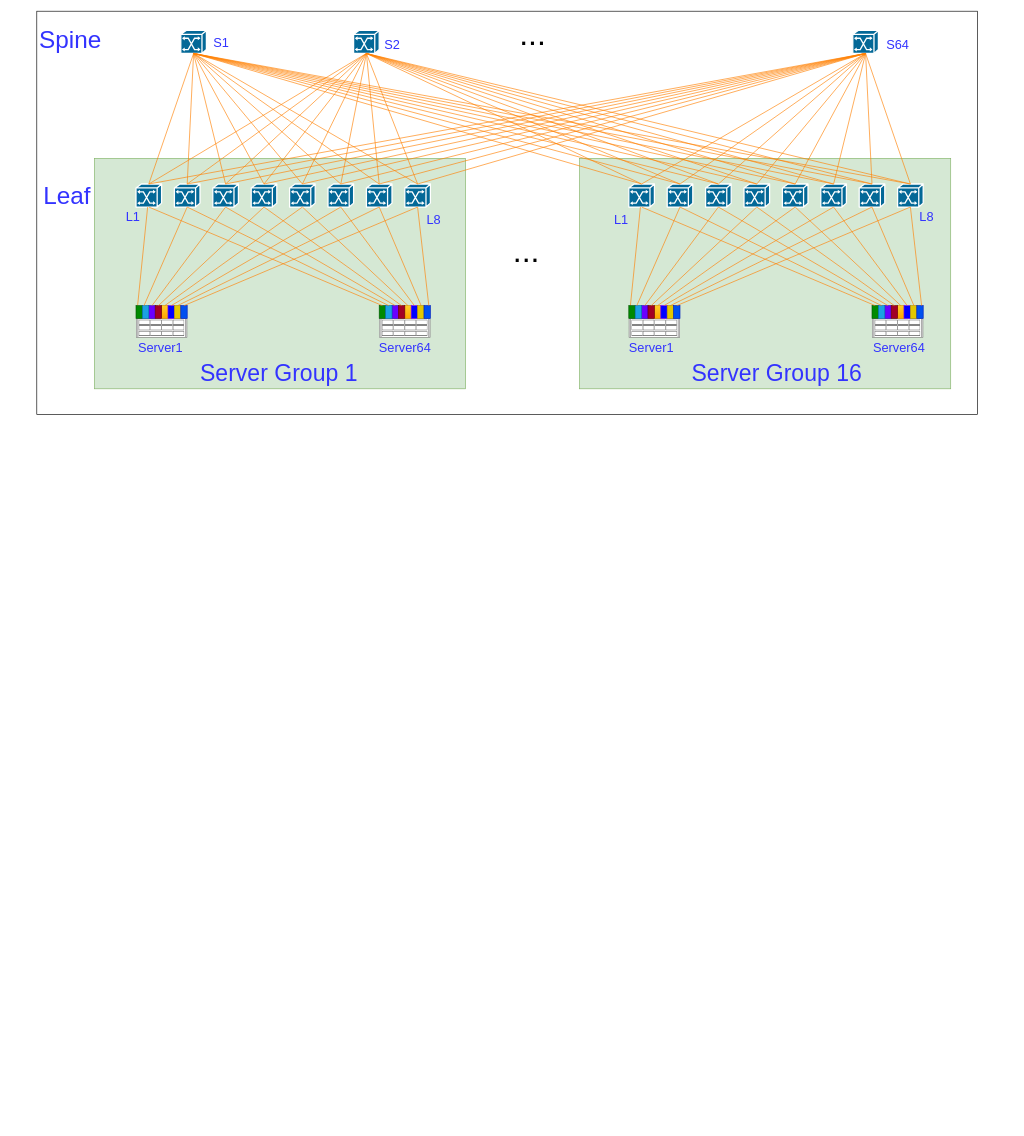
Earlier version of the draw.io diagram 8000卡-双200G端口集群拓扑.drawio (hel-2000/network-draw). Source tidied: cells renumbered, new cells numbered last; positions are measured from the earlier drawing's top-left corner, leaving out a move shared by most shapes. Both pictures are drawn from the tidied source at 64%, with x=0, y=0 at pixel (36, 11).
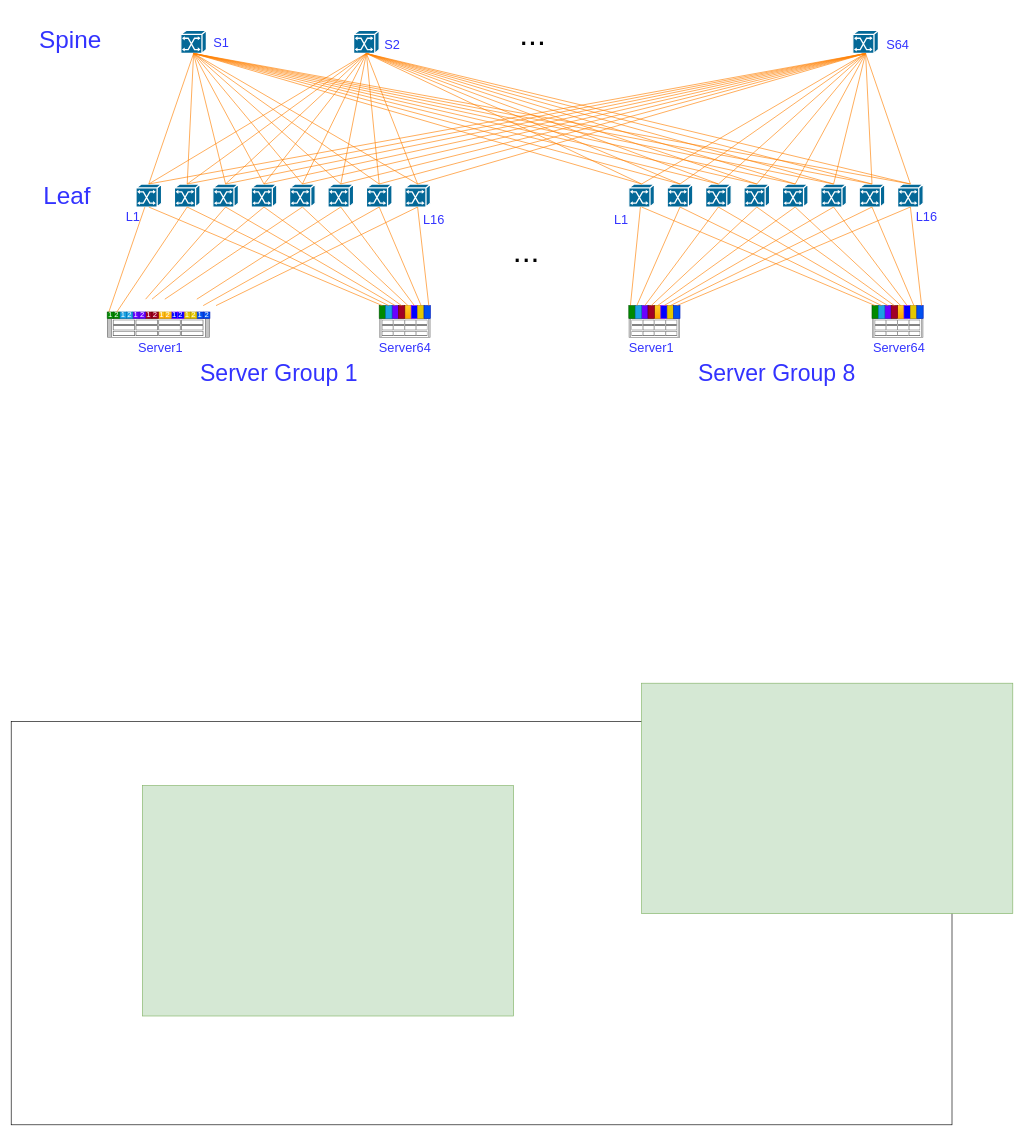
The same page after the edit.

Commit message (it also covers changes not shown here):
更新8000卡-双200G端口集群拓扑.drawio

Unchanged cells that the change refers to:
```xml
<mxCell id="5" style="shape=mxgraph.cisco.switches.atm_switch;sketch=0;html=1;dashed=0;fillColor=#036897;strokeColor=#ffffff;strokeWidth=2;verticalLabelPosition=bottom;verticalAlign=top;align=center;outlineConnect=0;" parent="1" vertex="1">
  <mxGeometry x="155" y="270" width="40" height="36" as="geometry" />
</mxCell>
<mxCell id="25" style="shape=mxgraph.cisco.switches.atm_switch;sketch=0;html=1;dashed=0;fillColor=#036897;strokeColor=#ffffff;strokeWidth=2;verticalLabelPosition=bottom;verticalAlign=top;align=center;outlineConnect=0;" parent="1" vertex="1">
  <mxGeometry x="215" y="270" width="40" height="36" as="geometry" />
</mxCell>
<mxCell id="26" style="shape=mxgraph.cisco.switches.atm_switch;sketch=0;html=1;dashed=0;fillColor=#036897;strokeColor=#ffffff;strokeWidth=2;verticalLabelPosition=bottom;verticalAlign=top;align=center;outlineConnect=0;" parent="1" vertex="1">
  <mxGeometry x="275" y="270" width="40" height="36" as="geometry" />
</mxCell>
<mxCell id="27" style="shape=mxgraph.cisco.switches.atm_switch;sketch=0;html=1;dashed=0;fillColor=#036897;strokeColor=#ffffff;strokeWidth=2;verticalLabelPosition=bottom;verticalAlign=top;align=center;outlineConnect=0;" parent="1" vertex="1">
  <mxGeometry x="335" y="270" width="40" height="36" as="geometry" />
</mxCell>
<mxCell id="28" style="shape=mxgraph.cisco.switches.atm_switch;sketch=0;html=1;dashed=0;fillColor=#036897;strokeColor=#ffffff;strokeWidth=2;verticalLabelPosition=bottom;verticalAlign=top;align=center;outlineConnect=0;" parent="1" vertex="1">
  <mxGeometry x="395" y="270" width="40" height="36" as="geometry" />
</mxCell>
<mxCell id="29" style="shape=mxgraph.cisco.switches.atm_switch;sketch=0;html=1;dashed=0;fillColor=#036897;strokeColor=#ffffff;strokeWidth=2;verticalLabelPosition=bottom;verticalAlign=top;align=center;outlineConnect=0;" parent="1" vertex="1">
  <mxGeometry x="455" y="270" width="40" height="36" as="geometry" />
</mxCell>
<mxCell id="30" style="shape=mxgraph.cisco.switches.atm_switch;sketch=0;html=1;dashed=0;fillColor=#036897;strokeColor=#ffffff;strokeWidth=2;verticalLabelPosition=bottom;verticalAlign=top;align=center;outlineConnect=0;" parent="1" vertex="1">
  <mxGeometry x="515" y="270" width="40" height="36" as="geometry" />
</mxCell>
<mxCell id="31" style="shape=mxgraph.cisco.switches.atm_switch;sketch=0;html=1;dashed=0;fillColor=#036897;strokeColor=#ffffff;strokeWidth=2;verticalLabelPosition=bottom;verticalAlign=top;align=center;outlineConnect=0;" parent="1" vertex="1">
  <mxGeometry x="575" y="270" width="40" height="36" as="geometry" />
</mxCell>
```

What changed in the source:
```diff
@@
     <mxCell id="2" style="whiteSpace=wrap;html=1;" parent="1" vertex="1">
-      <mxGeometry width="1470" height="630" as="geometry" />
+      <mxGeometry x="-40" y="1110" width="1470" height="630" as="geometry" />
     </mxCell>
     <mxCell id="3" style="whiteSpace=wrap;html=1;fillColor=#d5e8d4;strokeColor=#82b366;" parent="1" vertex="1">
-      <mxGeometry x="848" y="230" width="580" height="360" as="geometry" />
+      <mxGeometry x="945" y="1050" width="580" height="360" as="geometry" />
     </mxCell>
     <mxCell id="4" style="whiteSpace=wrap;html=1;fillColor=#d5e8d4;strokeColor=#82b366;" parent="1" vertex="1">
-      <mxGeometry x="90" y="230" width="580" height="360" as="geometry" />
+      <mxGeometry x="165" y="1210" width="580" height="360" as="geometry" />
     </mxCell>
@@
     <mxCell id="6" style="shape=mxgraph.rack.ibm.ibm_x3630_m3;html=1;labelPosition=right;align=left;spacingLeft=15;dashed=0;shadow=0;fillColor=#ffffff;" parent="1" vertex="1">
-      <mxGeometry x="155" y="480" width="80" height="30" as="geometry" />
+      <mxGeometry x="110" y="480" width="160" height="30" as="geometry" />
     </mxCell>
-    <mxCell id="7" style="rounded=0;jettySize=auto;html=1;exitX=0.25;exitY=0;exitDx=0;exitDy=0;startArrow=none;startFill=0;strokeWidth=1;endArrow=none;endFill=0;strokeColor=#FF8000;" parent="1" edge="1" source="8" target="5">
+    <mxCell id="7" style="rounded=0;jettySize=auto;html=1;startArrow=none;startFill=0;strokeWidth=1;endArrow=none;endFill=0;strokeColor=#FF8000;exitX=0.25;exitY=0;exitDx=0;exitDy=0;" parent="1" edge="1" source="157" target="5">
       <mxGeometry relative="1" as="geometry" />
     </mxCell>
-    <mxCell id="8" style="rounded=0;whiteSpace=wrap;html=1;fillColor=#008a00;strokeColor=#005700;fontColor=#ffffff;" parent="1" vertex="1">
-      <mxGeometry x="155" y="460" width="10" height="20" as="geometry" />
+    <mxCell id="8" value="2" style="rounded=0;whiteSpace=wrap;html=1;fillColor=#008a00;strokeColor=#005700;fontColor=#ffffff;" parent="1" vertex="1">
+      <mxGeometry x="120" y="470" width="10" height="10" as="geometry" />
     </mxCell>
-    <mxCell id="9" style="rounded=0;whiteSpace=wrap;html=1;fillColor=#ffcd28;strokeColor=#d79b00;gradientColor=#ffa500;" parent="1" vertex="1">
-      <mxGeometry x="195" y="460" width="10" height="20" as="geometry" />
+    <mxCell id="9" value="&lt;font color=&quot;#ffffff&quot;&gt;1&lt;/font&gt;" style="rounded=0;whiteSpace=wrap;html=1;fillColor=#ffcd28;strokeColor=#d79b00;gradientColor=#ffa500;" parent="1" vertex="1">
+      <mxGeometry x="190" y="470" width="10" height="10" as="geometry" />
     </mxCell>
-    <mxCell id="10" style="rounded=0;whiteSpace=wrap;html=1;fillColor=#6a00ff;strokeColor=#3700CC;fontColor=#ffffff;" parent="1" vertex="1">
-      <mxGeometry x="175" y="460" width="10" height="20" as="geometry" />
+    <mxCell id="10" value="1" style="rounded=0;whiteSpace=wrap;html=1;fillColor=#6a00ff;strokeColor=#3700CC;fontColor=#ffffff;" parent="1" vertex="1">
+      <mxGeometry x="150" y="470" width="10" height="10" as="geometry" />
     </mxCell>
-    <mxCell id="11" style="rounded=0;whiteSpace=wrap;html=1;fillColor=#1ba1e2;strokeColor=#006EAF;fontColor=#ffffff;" parent="1" vertex="1">
-      <mxGeometry x="165" y="460" width="10" height="20" as="geometry" />
+    <mxCell id="11" value="1" style="rounded=0;whiteSpace=wrap;html=1;fillColor=#1ba1e2;strokeColor=#006EAF;fontColor=#ffffff;" parent="1" vertex="1">
+      <mxGeometry x="130" y="470" width="10" height="10" as="geometry" />
     </mxCell>
-    <mxCell id="12" style="rounded=0;whiteSpace=wrap;html=1;fillColor=#0000FF;strokeColor=#7F00FF;" parent="1" vertex="1">
-      <mxGeometry x="205" y="460" width="10" height="20" as="geometry" />
+    <mxCell id="12" value="&lt;font color=&quot;#ffffff&quot;&gt;1&lt;/font&gt;" style="rounded=0;whiteSpace=wrap;html=1;fillColor=#0000FF;strokeColor=#7F00FF;" parent="1" vertex="1">
+      <mxGeometry x="210" y="470" width="10" height="10" as="geometry" />
     </mxCell>
-    <mxCell id="13" style="rounded=0;whiteSpace=wrap;html=1;fillColor=#a20025;strokeColor=#6F0000;fontColor=#ffffff;" parent="1" vertex="1">
-      <mxGeometry x="185" y="460" width="10" height="20" as="geometry" />
+    <mxCell id="13" value="1" style="rounded=0;whiteSpace=wrap;html=1;fillColor=#a20025;strokeColor=#6F0000;fontColor=#ffffff;" parent="1" vertex="1">
+      <mxGeometry x="170" y="470" width="10" height="10" as="geometry" />
     </mxCell>
-    <mxCell id="14" style="rounded=0;whiteSpace=wrap;html=1;fillColor=#e3c800;strokeColor=#B09500;fontColor=#000000;" parent="1" vertex="1">
-      <mxGeometry x="215" y="460" width="10" height="20" as="geometry" />
+    <mxCell id="14" value="&lt;font color=&quot;#ffffff&quot;&gt;1&lt;/font&gt;" style="rounded=0;whiteSpace=wrap;html=1;fillColor=#e3c800;strokeColor=#B09500;fontColor=#000000;" parent="1" vertex="1">
+      <mxGeometry x="230" y="470" width="10" height="10" as="geometry" />
     </mxCell>
-    <mxCell id="15" style="rounded=0;whiteSpace=wrap;html=1;fillColor=#0050ef;strokeColor=#001DBC;fontColor=#ffffff;" parent="1" vertex="1">
-      <mxGeometry x="225" y="460" width="10" height="20" as="geometry" />
+    <mxCell id="15" value="1" style="rounded=0;whiteSpace=wrap;html=1;fillColor=#0050ef;strokeColor=#001DBC;fontColor=#ffffff;" parent="1" vertex="1">
+      <mxGeometry x="250" y="470" width="10" height="10" as="geometry" />
     </mxCell>
@@
-    <mxCell id="32" style="rounded=0;jettySize=auto;html=1;startArrow=none;startFill=0;strokeWidth=1;endArrow=none;endFill=0;strokeColor=#FF8000;entryX=0.5;entryY=1;entryDx=0;entryDy=0;entryPerimeter=0;exitX=0.25;exitY=0;exitDx=0;exitDy=0;" parent="1" edge="1" source="11" target="25">
+    <mxCell id="32" style="rounded=0;jettySize=auto;html=1;startArrow=none;startFill=0;strokeWidth=1;endArrow=none;endFill=0;strokeColor=#FF8000;entryX=0.5;entryY=1;entryDx=0;entryDy=0;entryPerimeter=0;exitX=0.5;exitY=0;exitDx=0;exitDy=0;" parent="1" edge="1" source="8" target="25">
       <mxGeometry relative="1" as="geometry" />
     </mxCell>
-    <mxCell id="33" style="rounded=0;jettySize=auto;html=1;startArrow=none;startFill=0;strokeWidth=1;endArrow=none;endFill=0;strokeColor=#FF8000;entryX=0.5;entryY=1;entryDx=0;entryDy=0;entryPerimeter=0;exitX=0.5;exitY=0;exitDx=0;exitDy=0;" parent="1" edge="1" source="10" target="26">
-      <mxGeometry relative="1" as="geometry" />
+    <mxCell id="33" style="rounded=0;jettySize=auto;html=1;startArrow=none;startFill=0;strokeWidth=1;endArrow=none;endFill=0;strokeColor=#FF8000;entryX=0.5;entryY=1;entryDx=0;entryDy=0;entryPerimeter=0;" parent="1" edge="1" target="26">
+      <mxGeometry relative="1" as="geometry">
+        <mxPoint x="170" y="450" as="sourcePoint" />
+      </mxGeometry>
     </mxCell>
-    <mxCell id="34" style="rounded=0;jettySize=auto;html=1;startArrow=none;startFill=0;strokeWidth=1;endArrow=none;endFill=0;strokeColor=#FF8000;entryX=0.5;entryY=1;entryDx=0;entryDy=0;entryPerimeter=0;exitX=0.5;exitY=0;exitDx=0;exitDy=0;" parent="1" edge="1" source="13" target="27">
-      <mxGeometry relative="1" as="geometry" />
+    <mxCell id="34" style="rounded=0;jettySize=auto;html=1;startArrow=none;startFill=0;strokeWidth=1;endArrow=none;endFill=0;strokeColor=#FF8000;entryX=0.5;entryY=1;entryDx=0;entryDy=0;entryPerimeter=0;" parent="1" edge="1" target="27">
+      <mxGeometry relative="1" as="geometry">
+        <mxPoint x="180" y="450" as="sourcePoint" />
+      </mxGeometry>
     </mxCell>
-    <mxCell id="35" style="rounded=0;jettySize=auto;html=1;startArrow=none;startFill=0;strokeWidth=1;endArrow=none;endFill=0;strokeColor=#FF8000;entryX=0.5;entryY=1;entryDx=0;entryDy=0;entryPerimeter=0;exitX=0.5;exitY=0;exitDx=0;exitDy=0;" parent="1" edge="1" source="9" target="28">
-      <mxGeometry relative="1" as="geometry" />
+    <mxCell id="35" style="rounded=0;jettySize=auto;html=1;startArrow=none;startFill=0;strokeWidth=1;endArrow=none;endFill=0;strokeColor=#FF8000;entryX=0.5;entryY=1;entryDx=0;entryDy=0;entryPerimeter=0;" parent="1" edge="1" target="28">
+      <mxGeometry relative="1" as="geometry">
+        <mxPoint x="200" y="450" as="sourcePoint" />
+      </mxGeometry>
     </mxCell>
-    <mxCell id="36" style="rounded=0;jettySize=auto;html=1;startArrow=none;startFill=0;strokeWidth=1;endArrow=none;endFill=0;strokeColor=#FF8000;entryX=0.5;entryY=1;entryDx=0;entryDy=0;entryPerimeter=0;exitX=0.5;exitY=0;exitDx=0;exitDy=0;" parent="1" edge="1" source="12" target="29">
-      <mxGeometry relative="1" as="geometry" />
+    <mxCell id="36" style="rounded=0;jettySize=auto;html=1;startArrow=none;startFill=0;strokeWidth=1;endArrow=none;endFill=0;strokeColor=#FF8000;entryX=0.5;entryY=1;entryDx=0;entryDy=0;entryPerimeter=0;" parent="1" edge="1" target="29">
+      <mxGeometry relative="1" as="geometry">
+        <mxPoint x="250" y="450" as="sourcePoint" />
+      </mxGeometry>
     </mxCell>
-    <mxCell id="37" style="rounded=0;jettySize=auto;html=1;startArrow=none;startFill=0;strokeWidth=1;endArrow=none;endFill=0;strokeColor=#FF8000;entryX=0.5;entryY=1;entryDx=0;entryDy=0;entryPerimeter=0;exitX=0.5;exitY=0;exitDx=0;exitDy=0;" parent="1" edge="1" source="14" target="30">
-      <mxGeometry relative="1" as="geometry" />
+    <mxCell id="37" style="rounded=0;jettySize=auto;html=1;startArrow=none;startFill=0;strokeWidth=1;endArrow=none;endFill=0;strokeColor=#FF8000;entryX=0.5;entryY=1;entryDx=0;entryDy=0;entryPerimeter=0;" parent="1" edge="1" target="30">
+      <mxGeometry relative="1" as="geometry">
+        <mxPoint x="260" y="460" as="sourcePoint" />
+      </mxGeometry>
     </mxCell>
-    <mxCell id="38" style="rounded=0;jettySize=auto;html=1;startArrow=none;startFill=0;strokeWidth=1;endArrow=none;endFill=0;strokeColor=#FF8000;entryX=0.5;entryY=1;entryDx=0;entryDy=0;entryPerimeter=0;exitX=0.5;exitY=0;exitDx=0;exitDy=0;" parent="1" edge="1" source="15" target="31">
-      <mxGeometry relative="1" as="geometry" />
+    <mxCell id="38" style="rounded=0;jettySize=auto;html=1;startArrow=none;startFill=0;strokeWidth=1;endArrow=none;endFill=0;strokeColor=#FF8000;entryX=0.5;entryY=1;entryDx=0;entryDy=0;entryPerimeter=0;" parent="1" edge="1" target="31">
+      <mxGeometry relative="1" as="geometry">
+        <mxPoint x="280" y="460" as="sourcePoint" />
+      </mxGeometry>
     </mxCell>
@@
-    <mxCell id="142" value="&lt;font style=&quot;font-size: 20px;&quot; color=&quot;#3333ff&quot;&gt;L8&lt;/font&gt;" style="text;strokeColor=none;align=center;fillColor=none;html=1;verticalAlign=middle;whiteSpace=wrap;rounded=0;" parent="1" vertex="1">
+    <mxCell id="142" value="&lt;font style=&quot;font-size: 20px;&quot; color=&quot;#3333ff&quot;&gt;L16&lt;/font&gt;" style="text;strokeColor=none;align=center;fillColor=none;html=1;verticalAlign=middle;whiteSpace=wrap;rounded=0;" parent="1" vertex="1">
       <mxGeometry x="603" y="310" width="35" height="30" as="geometry" />
     </mxCell>
@@
-    <mxCell id="148" value="&lt;font style=&quot;font-size: 36px;&quot; color=&quot;#3333ff&quot;&gt;Server Group 16&lt;/font&gt;" style="text;strokeColor=none;align=center;fillColor=none;html=1;verticalAlign=middle;whiteSpace=wrap;rounded=0;" parent="1" vertex="1">
+    <mxCell id="148" value="&lt;font style=&quot;font-size: 36px;&quot; color=&quot;#3333ff&quot;&gt;Server Group 8&lt;/font&gt;" style="text;strokeColor=none;align=center;fillColor=none;html=1;verticalAlign=middle;whiteSpace=wrap;rounded=0;" parent="1" vertex="1">
       <mxGeometry x="998" y="550" width="317" height="30" as="geometry" />
     </mxCell>
@@
-    <mxCell id="154" value="&lt;font style=&quot;font-size: 20px;&quot; color=&quot;#3333ff&quot;&gt;L8&lt;/font&gt;" style="text;strokeColor=none;align=center;fillColor=none;html=1;verticalAlign=middle;whiteSpace=wrap;rounded=0;" parent="1" vertex="1">
+    <mxCell id="154" value="&lt;font style=&quot;font-size: 20px;&quot; color=&quot;#3333ff&quot;&gt;L16&lt;/font&gt;" style="text;strokeColor=none;align=center;fillColor=none;html=1;verticalAlign=middle;whiteSpace=wrap;rounded=0;" parent="1" vertex="1">
       <mxGeometry x="1373" y="306" width="35" height="30" as="geometry" />
     </mxCell>
@@
+    <mxCell id="157" value="1" style="rounded=0;whiteSpace=wrap;html=1;fillColor=#008a00;strokeColor=#005700;fontColor=#ffffff;align=center;verticalAlign=middle;fontFamily=Helvetica;fontSize=12;" parent="1" vertex="1">
+      <mxGeometry x="110" y="470" width="10" height="10" as="geometry" />
+    </mxCell>
+    <mxCell id="158" value="2" style="rounded=0;whiteSpace=wrap;html=1;fillColor=#1ba1e2;strokeColor=#006EAF;fontColor=#ffffff;" parent="1" vertex="1">
+      <mxGeometry x="140" y="470" width="10" height="10" as="geometry" />
+    </mxCell>
+    <mxCell id="159" value="2" style="rounded=0;whiteSpace=wrap;html=1;fillColor=#6a00ff;strokeColor=#3700CC;fontColor=#ffffff;" parent="1" vertex="1">
+      <mxGeometry x="160" y="470" width="10" height="10" as="geometry" />
+    </mxCell>
+    <mxCell id="160" value="2" style="rounded=0;whiteSpace=wrap;html=1;fillColor=#a20025;strokeColor=#6F0000;fontColor=#ffffff;" parent="1" vertex="1">
+      <mxGeometry x="180" y="470" width="10" height="10" as="geometry" />
+    </mxCell>
+    <mxCell id="161" value="&lt;font color=&quot;#ffffff&quot;&gt;2&lt;/font&gt;" style="rounded=0;whiteSpace=wrap;html=1;fillColor=#ffcd28;strokeColor=#d79b00;gradientColor=#ffa500;" parent="1" vertex="1">
+      <mxGeometry x="200" y="470" width="10" height="10" as="geometry" />
+    </mxCell>
+    <mxCell id="162" value="&lt;font color=&quot;#ffffff&quot;&gt;2&lt;/font&gt;" style="rounded=0;whiteSpace=wrap;html=1;fillColor=#0000FF;strokeColor=#7F00FF;" parent="1" vertex="1">
+      <mxGeometry x="220" y="470" width="10" height="10" as="geometry" />
+    </mxCell>
+    <mxCell id="163" value="&lt;font color=&quot;#ffffff&quot;&gt;2&lt;/font&gt;" style="rounded=0;whiteSpace=wrap;html=1;fillColor=#e3c800;strokeColor=#B09500;fontColor=#000000;" parent="1" vertex="1">
+      <mxGeometry x="240" y="470" width="10" height="10" as="geometry" />
+    </mxCell>
+    <mxCell id="164" value="2" style="rounded=0;whiteSpace=wrap;html=1;fillColor=#0050ef;strokeColor=#001DBC;fontColor=#ffffff;" parent="1" vertex="1">
+      <mxGeometry x="260.5" y="470" width="10" height="10" as="geometry" />
+    </mxCell>
```
